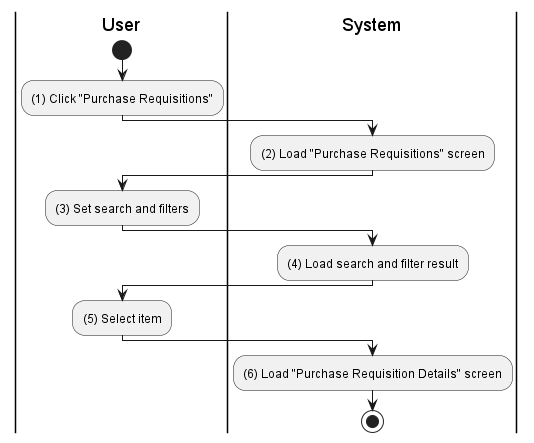
phihungha/scmss-reqs keeps this PlantUML diagram as activities/purchase-requisition-view.png. Above is the earlier version.
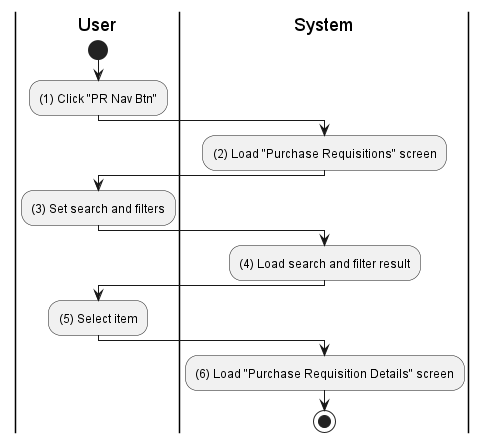
Above is the later version.

What changed in the source:
```diff
@@ -4,7 +4,7 @@
 
 |u|
 start
-:(1) Click "Purchase Requisitions";
+:(1) Click "PR Nav Btn";
 
 |s|
 :(2) Load "Purchase Requisitions" screen;
```
